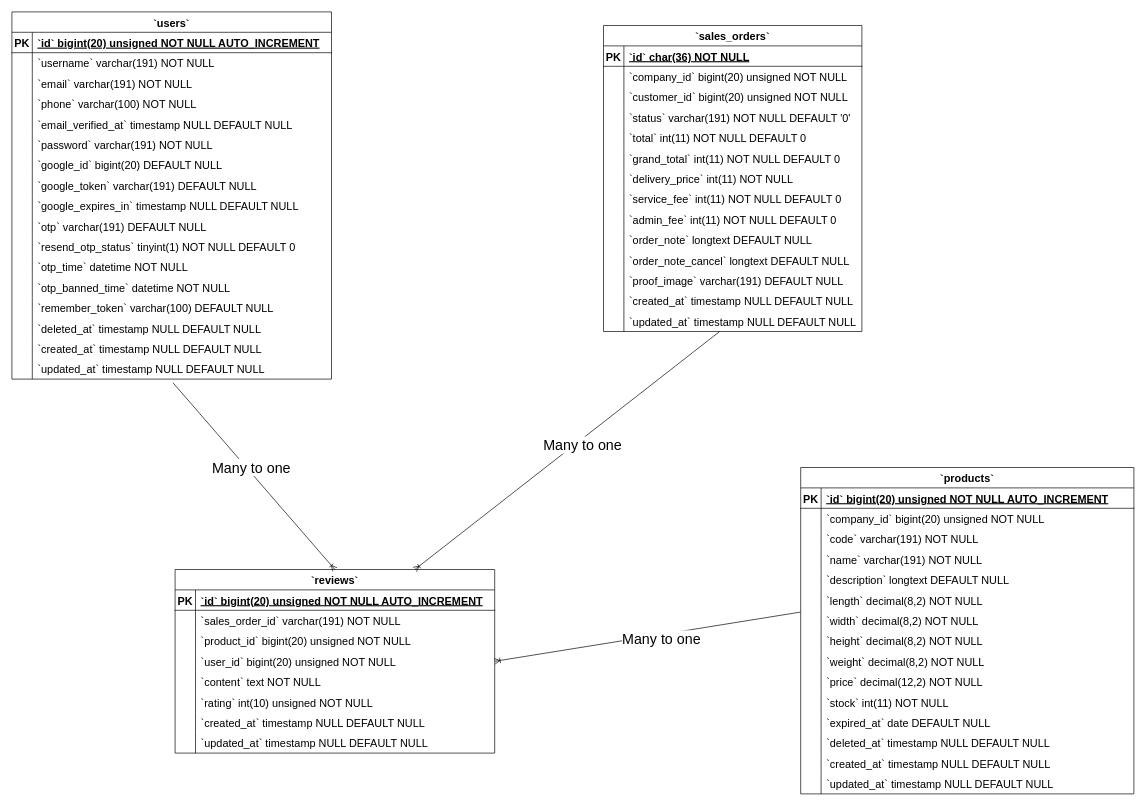
This is Reviews ERD Diagram.drawio from Simasco/diagram, a draw.io file, before an edit. Source tidied: cells renumbered, new cells numbered last; positions are measured from the earlier drawing's top-left corner, leaving out a move shared by most shapes. Both pictures are drawn from the tidied source at 68%, with x=0, y=0 at pixel (12, 12).
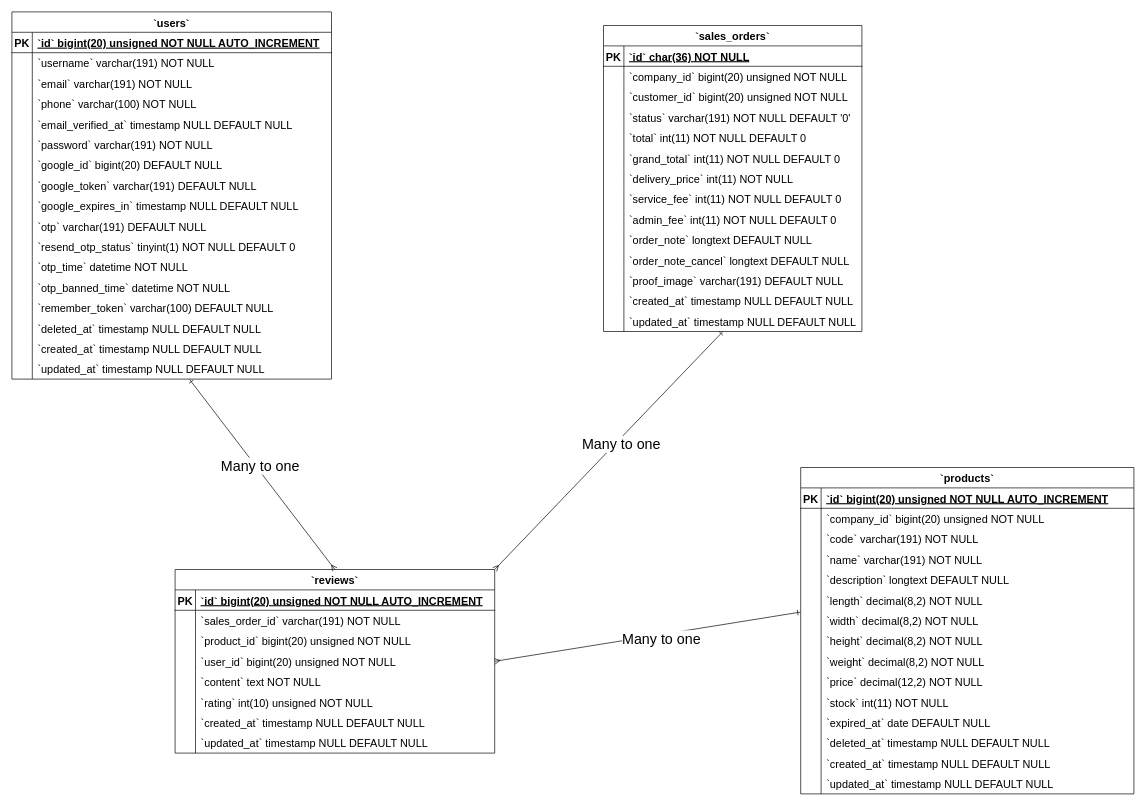
After the change.

Unchanged cells that the change refers to:
```xml
<mxCell id="51" style="shape=tableRow;horizontal=0;startSize=0;swimlaneHead=0;swimlaneBody=0;fillColor=none;points=[[0,0.5],[1,0.5]];portConstraint=eastwest;strokeColor=inherit;top=0;left=0;right=0;bottom=0;fontSize=16;" parent="2" vertex="1">
  <mxGeometry y="510" width="470" height="30" as="geometry" />
</mxCell>
<mxCell id="54" value="`reviews`" style="shape=table;startSize=30;childLayout=tableLayout;rowLines=0;fontStyle=1;align=center;fontSize=16;" parent="1" vertex="1">
  <mxGeometry x="240" y="820" width="470" height="270" as="geometry" />
</mxCell>
<mxCell id="64" style="shape=tableRow;horizontal=0;startSize=0;swimlaneHead=0;swimlaneBody=0;fillColor=none;points=[[0,0.5],[1,0.5]];portConstraint=eastwest;strokeColor=inherit;top=0;left=0;right=0;bottom=0;fontSize=16;" parent="54" vertex="1">
  <mxGeometry y="120" width="470" height="30" as="geometry" />
</mxCell>
<mxCell id="95" style="shape=tableRow;horizontal=0;startSize=0;swimlaneHead=0;swimlaneBody=0;fillColor=none;points=[[0,0.5],[1,0.5]];portConstraint=eastwest;strokeColor=inherit;top=0;left=0;right=0;bottom=0;fontSize=16;" parent="79" vertex="1">
  <mxGeometry y="180" width="490" height="30" as="geometry" />
</mxCell>
<mxCell id="165" style="shape=tableRow;horizontal=0;startSize=0;swimlaneHead=0;swimlaneBody=0;fillColor=none;points=[[0,0.5],[1,0.5]];portConstraint=eastwest;strokeColor=inherit;top=0;left=0;right=0;bottom=0;fontSize=16;" parent="125" vertex="1">
  <mxGeometry y="420" width="380" height="30" as="geometry" />
</mxCell>
```

Change to the diagram source:
```diff
@@
-    <mxCell id="168" style="fontSize=12;html=1;endArrow=ERoneToMany;rounded=0;exitX=0.504;exitY=1.178;exitDx=0;exitDy=0;exitPerimeter=0;entryX=0.5;entryY=0;entryDx=0;entryDy=0;" parent="1" edge="1" source="51" target="54">
+    <mxCell id="168" style="fontSize=12;html=1;endArrow=ERmany;rounded=0;exitX=0.556;exitY=1.018;exitDx=0;exitDy=0;exitPerimeter=0;entryX=0.5;entryY=0;entryDx=0;entryDy=0;endFill=0;startArrow=ERone;startFill=0;" parent="1" edge="1" source="51" target="54">
       <mxGeometry relative="1" as="geometry" />
     </mxCell>
@@
-    <mxCell id="170" style="fontSize=12;html=1;endArrow=ERoneToMany;rounded=0;entryX=0.75;entryY=0;entryDx=0;entryDy=0;" parent="1" edge="1" source="165" target="54">
+    <mxCell id="170" style="fontSize=12;html=1;endArrow=ERmany;rounded=0;entryX=1;entryY=0;entryDx=0;entryDy=0;endFill=0;startArrow=ERone;startFill=0;" parent="1" edge="1" source="165" target="54">
       <mxGeometry relative="1" as="geometry" />
     </mxCell>
@@
-    <mxCell id="172" style="fontSize=12;html=1;endArrow=ERoneToMany;rounded=0;entryX=1;entryY=0.5;entryDx=0;entryDy=0;exitX=-0.001;exitY=1.089;exitDx=0;exitDy=0;exitPerimeter=0;" parent="1" edge="1" source="95" target="64">
+    <mxCell id="172" style="fontSize=12;html=1;endArrow=ERmany;rounded=0;entryX=1;entryY=0.5;entryDx=0;entryDy=0;exitX=-0.001;exitY=1.089;exitDx=0;exitDy=0;exitPerimeter=0;startArrow=ERone;startFill=0;endFill=0;" parent="1" edge="1" source="95" target="64">
       <mxGeometry relative="1" as="geometry" />
     </mxCell>
```
